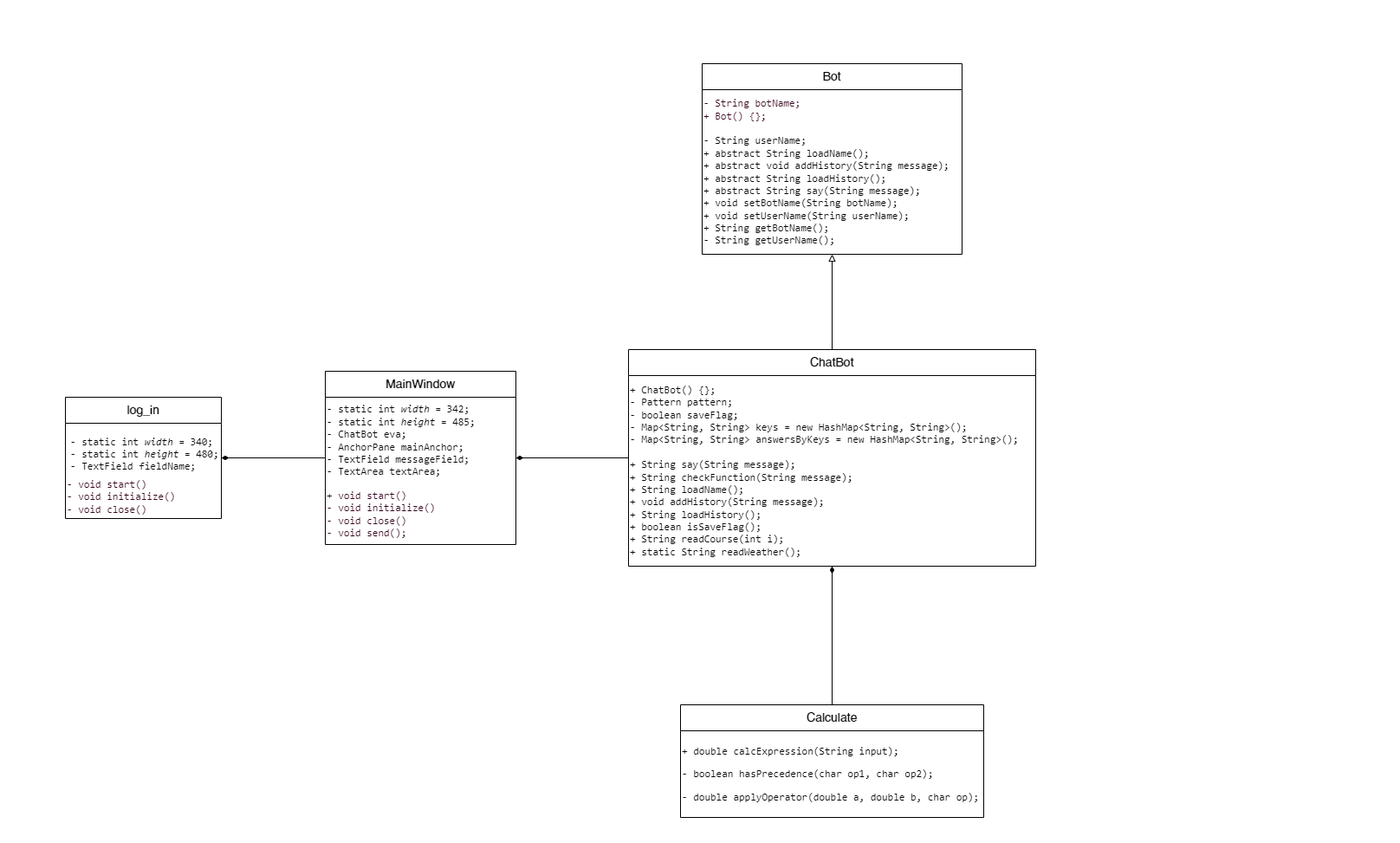
Above: chatbotUML.drawio.png in arsentyeva-n/ChatBot (draw.io), before the change. Source tidied: cells renumbered, new cells last; positions are measured from the earlier drawing's top-left corner, leaving out a move shared by most shapes.
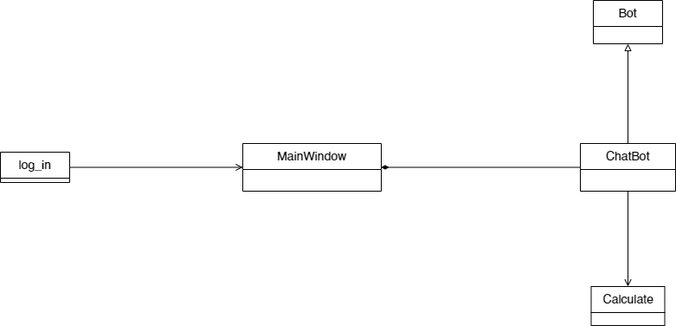
After the change.

Commit message:
add linkedlist for history, fix doc, UML

The edit, as a diff of the source:
```diff
@@ -2,71 +2,32 @@
   <root>
     <mxCell id="0" />
     <mxCell id="1" parent="0" />
-    <mxCell id="2" style="rounded=0;whiteSpace=wrap;html=1;opacity=0;" parent="1" vertex="1">
-      <mxGeometry x="370" width="1580" height="980" as="geometry" />
-    </mxCell>
-    <mxCell id="3" style="edgeStyle=orthogonalEdgeStyle;rounded=0;jettySize=auto;html=1;entryX=0.5;entryY=1;entryDx=0;entryDy=0;endArrow=block;endFill=0;" parent="1" edge="1" source="4" target="5">
-      <mxGeometry relative="1" as="geometry" />
-    </mxCell>
-    <mxCell id="4" value="&lt;font style=&quot;font-size: 14px;&quot;&gt;Stage&lt;/font&gt;" style="swimlane;fontStyle=0;horizontal=1;startSize=30;whiteSpace=wrap;html=1;" parent="1" vertex="1">
-      <mxGeometry x="10" y="505" width="140" height="40" as="geometry" />
-    </mxCell>
-    <mxCell id="5" value="&lt;font style=&quot;font-size: 14px;&quot;&gt;Window&lt;/font&gt;" style="swimlane;fontStyle=0;horizontal=1;startSize=30;whiteSpace=wrap;html=1;" parent="1" vertex="1">
-      <mxGeometry y="360" width="150" height="40" as="geometry" />
-    </mxCell>
-    <mxCell id="6" style="edgeStyle=orthogonalEdgeStyle;rounded=0;jettySize=auto;html=1;exitX=0.5;exitY=0;exitDx=0;exitDy=0;entryX=0.5;entryY=1;entryDx=0;entryDy=0;dashed=1;endArrow=block;endFill=0;" parent="1" edge="1" source="7" target="4">
-      <mxGeometry relative="1" as="geometry" />
-    </mxCell>
-    <mxCell id="7" value="&lt;font style=&quot;font-size: 14px;&quot;&gt;Application&lt;/font&gt;" style="swimlane;fontStyle=0;horizontal=1;startSize=30;whiteSpace=wrap;html=1;" parent="1" vertex="1">
-      <mxGeometry x="10" y="665" width="140" height="40" as="geometry" />
-    </mxCell>
-    <mxCell id="8" style="edgeStyle=orthogonalEdgeStyle;rounded=0;jettySize=auto;html=1;exitX=0;exitY=0.5;exitDx=0;exitDy=0;entryX=1;entryY=0.5;entryDx=0;entryDy=0;endArrow=diamondThin;endFill=1;" parent="1" edge="1" source="9" target="18">
-      <mxGeometry relative="1" as="geometry" />
-    </mxCell>
-    <mxCell id="9" value="&lt;span style=&quot;font-size: 14px;&quot;&gt;MainWindow&lt;/span&gt;" style="swimlane;fontStyle=0;horizontal=1;startSize=30;whiteSpace=wrap;html=1;" parent="1" vertex="1">
-      <mxGeometry x="710" y="435" width="220" height="200" as="geometry" />
+    <mxCell id="9" value="&lt;span style=&quot;font-size: 14px;&quot;&gt;MainWindow&lt;/span&gt;" style="swimlane;fontStyle=0;horizontal=1;startSize=30;whiteSpace=wrap;html=1;" parent="1" vertex="1" collapsed="1">
+      <mxGeometry x="690" y="455" width="160" height="55" as="geometry" />
     </mxCell>
-    <mxCell id="10" value="&lt;div style=&quot;&quot;&gt;&lt;pre style=&quot;&quot;&gt;&lt;span style=&quot;font-family: &amp;quot;JetBrains Mono&amp;quot;, monospace; background-color: initial; white-space: normal;&quot;&gt;- static int &lt;/span&gt;&lt;span style=&quot;font-family: &amp;quot;JetBrains Mono&amp;quot;, monospace; background-color: initial; white-space: normal; font-style: italic;&quot;&gt;width &lt;/span&gt;&lt;span style=&quot;font-family: &amp;quot;JetBrains Mono&amp;quot;, monospace; background-color: initial; white-space: normal;&quot;&gt;= &lt;/span&gt;&lt;span style=&quot;font-family: &amp;quot;JetBrains Mono&amp;quot;, monospace; background-color: initial; white-space: normal;&quot;&gt;342&lt;/span&gt;&lt;span style=&quot;font-family: &amp;quot;JetBrains Mono&amp;quot;, monospace; background-color: initial; white-space: normal;&quot;&gt;;&lt;br&gt;&lt;div style=&quot;&quot;&gt;&lt;span style=&quot;background-color: initial;&quot;&gt;- static int &lt;/span&gt;&lt;span style=&quot;background-color: initial; font-style: italic;&quot;&gt;height &lt;/span&gt;&lt;span style=&quot;background-color: initial;&quot;&gt;= &lt;/span&gt;&lt;span style=&quot;background-color: initial;&quot;&gt;485;&lt;/span&gt;&lt;/div&gt;&lt;/span&gt;&lt;div style=&quot;&quot;&gt;&lt;span style=&quot;background-color: initial;&quot;&gt;- ChatBot eva;&lt;br&gt;&lt;/span&gt;&lt;span style=&quot;background-color: initial; font-family: &amp;quot;JetBrains Mono&amp;quot;, monospace; white-space: normal;&quot;&gt;- AnchorPane mainAnchor;&lt;br&gt;&lt;/span&gt;&lt;span style=&quot;background-color: initial; font-family: &amp;quot;JetBrains Mono&amp;quot;, monospace; white-space: normal;&quot;&gt;- TextField messageField;&lt;br&gt;&lt;/span&gt;&lt;span style=&quot;background-color: initial; font-family: &amp;quot;JetBrains Mono&amp;quot;, monospace; white-space: normal;&quot;&gt;- TextArea textArea;&lt;/span&gt;&lt;/div&gt;&lt;/pre&gt;&lt;/div&gt;" style="text;html=1;strokeColor=none;fillColor=none;align=left;verticalAlign=middle;whiteSpace=wrap;rounded=0;" parent="9" vertex="1">
-      <mxGeometry y="30" width="220" height="100" as="geometry" />
-    </mxCell>
-    <mxCell id="11" value="&lt;div style=&quot;&quot;&gt;&lt;pre style=&quot;&quot;&gt;&lt;font color=&quot;#33001a&quot;&gt;&lt;font style=&quot;&quot; face=&quot;JetBrains Mono, monospace&quot;&gt;+ void &lt;/font&gt;&lt;span style=&quot;font-family: &amp;quot;JetBrains Mono&amp;quot;, monospace;&quot;&gt;start&lt;/span&gt;&lt;font style=&quot;&quot; face=&quot;JetBrains Mono, monospace&quot;&gt;()&lt;br&gt;- void &lt;/font&gt;&lt;span style=&quot;font-family: &amp;quot;JetBrains Mono&amp;quot;, monospace; white-space: normal;&quot;&gt;initialize&lt;/span&gt;&lt;font style=&quot;&quot; face=&quot;JetBrains Mono, monospace&quot;&gt;&lt;span style=&quot;white-space: normal;&quot;&gt;()&lt;br&gt;&lt;/span&gt;- void &lt;/font&gt;&lt;span style=&quot;font-family: &amp;quot;JetBrains Mono&amp;quot;, monospace; white-space: normal;&quot;&gt;close&lt;/span&gt;&lt;span style=&quot;font-family: &amp;quot;JetBrains Mono&amp;quot;, monospace; white-space: normal;&quot;&gt;()&lt;br&gt;- void send();&lt;/span&gt;&lt;/font&gt;&lt;/pre&gt;&lt;/div&gt;" style="text;html=1;strokeColor=none;fillColor=none;align=left;verticalAlign=middle;whiteSpace=wrap;rounded=0;" parent="9" vertex="1">
-      <mxGeometry y="130" width="220" height="70" as="geometry" />
-    </mxCell>
     <mxCell id="12" style="edgeStyle=orthogonalEdgeStyle;rounded=0;jettySize=auto;html=1;endArrow=diamondThin;endFill=1;exitX=0;exitY=0.5;exitDx=0;exitDy=0;" parent="1" edge="1" source="14" target="9">
       <mxGeometry relative="1" as="geometry" />
     </mxCell>
     <mxCell id="13" style="edgeStyle=orthogonalEdgeStyle;rounded=0;jettySize=auto;html=1;exitX=0.5;exitY=0;exitDx=0;exitDy=0;endArrow=block;endFill=0;" parent="1" edge="1" source="14" target="16">
       <mxGeometry relative="1" as="geometry" />
     </mxCell>
+    <mxCell id="24" style="edgeStyle=orthogonalEdgeStyle;rounded=0;jettySize=auto;html=1;exitX=0.5;exitY=1;exitDx=0;exitDy=0;entryX=0.5;entryY=0;entryDx=0;entryDy=0;endArrow=open;endFill=0;" parent="1" edge="1" source="14" target="22">
+      <mxGeometry relative="1" as="geometry" />
+    </mxCell>
-    <mxCell id="14" value="&lt;span style=&quot;font-size: 14px;&quot;&gt;ChatBot&lt;/span&gt;" style="swimlane;fontStyle=0;horizontal=1;startSize=30;whiteSpace=wrap;html=1;" parent="1" vertex="1">
-      <mxGeometry x="1060" y="410" width="470" height="250" as="geometry" />
+    <mxCell id="14" value="&lt;span style=&quot;font-size: 14px;&quot;&gt;ChatBot&lt;/span&gt;" style="swimlane;fontStyle=0;horizontal=1;startSize=30;whiteSpace=wrap;html=1;" parent="1" vertex="1" collapsed="1">
+      <mxGeometry x="1080" y="455" width="110" height="55" as="geometry" />
     </mxCell>
-    <mxCell id="15" value="&lt;div style=&quot;&quot;&gt;&lt;pre style=&quot;&quot;&gt;&lt;span style=&quot;font-family: &amp;quot;JetBrains Mono&amp;quot;, monospace;&quot;&gt;+ &lt;/span&gt;&lt;span style=&quot;font-family: &amp;quot;JetBrains Mono&amp;quot;, monospace;&quot;&gt;ChatBot&lt;/span&gt;&lt;span style=&quot;font-family: &amp;quot;JetBrains Mono&amp;quot;, monospace;&quot;&gt;() {};&lt;br&gt;&lt;/span&gt;&lt;font face=&quot;JetBrains Mono, monospace&quot;&gt;- Pattern &lt;/font&gt;&lt;span style=&quot;font-family: &amp;quot;JetBrains Mono&amp;quot;, monospace; background-color: initial; white-space: normal;&quot;&gt;pattern&lt;/span&gt;&lt;span style=&quot;background-color: initial;&quot;&gt;&lt;font face=&quot;JetBrains Mono, monospace&quot;&gt;&lt;span style=&quot;white-space: normal;&quot;&gt;;&lt;br&gt;&lt;/span&gt;&lt;/font&gt;&lt;/span&gt;&lt;font face=&quot;JetBrains Mono, monospace&quot;&gt;&lt;span style=&quot;white-space: normal;&quot;&gt;-&lt;/span&gt; boolean &lt;/font&gt;&lt;span style=&quot;font-family: &amp;quot;JetBrains Mono&amp;quot;, monospace; background-color: initial; white-space: normal;&quot;&gt;saveFlag&lt;/span&gt;&lt;span style=&quot;background-color: initial;&quot;&gt;&lt;font face=&quot;JetBrains Mono, monospace&quot;&gt;&lt;span style=&quot;white-space: normal;&quot;&gt;;&lt;br&gt;&lt;/span&gt;&lt;/font&gt;&lt;/span&gt;&lt;font face=&quot;JetBrains Mono, monospace&quot;&gt;&lt;span style=&quot;white-space: normal;&quot;&gt;-&lt;/span&gt;&lt;/font&gt; Map&amp;lt;String&lt;span style=&quot;font-family: &amp;quot;JetBrains Mono&amp;quot;, monospace; background-color: initial; white-space: normal;&quot;&gt;, &lt;/span&gt;&lt;span style=&quot;font-family: &amp;quot;JetBrains Mono&amp;quot;, monospace; background-color: initial; white-space: normal;&quot;&gt;String&amp;gt; &lt;/span&gt;&lt;span style=&quot;font-family: &amp;quot;JetBrains Mono&amp;quot;, monospace; background-color: initial; white-space: normal;&quot;&gt;keys &lt;/span&gt;&lt;span style=&quot;font-family: &amp;quot;JetBrains Mono&amp;quot;, monospace; background-color: initial; white-space: normal;&quot;&gt;= &lt;/span&gt;&lt;span style=&quot;font-family: &amp;quot;JetBrains Mono&amp;quot;, monospace; background-color: initial; white-space: normal;&quot;&gt;new &lt;/span&gt;&lt;span style=&quot;font-family: &amp;quot;JetBrains Mono&amp;quot;, monospace; background-color: initial; white-space: normal;&quot;&gt;HashMap&amp;lt;String&lt;/span&gt;&lt;span style=&quot;font-family: &amp;quot;JetBrains Mono&amp;quot;, monospace; background-color: initial; white-space: normal;&quot;&gt;, &lt;/span&gt;&lt;span style=&quot;background-color: initial;&quot;&gt;&lt;font face=&quot;JetBrains Mono, monospace&quot;&gt;&lt;span style=&quot;white-space: normal;&quot;&gt;String&amp;gt;();&lt;br&gt;&lt;/span&gt;&lt;/font&gt;&lt;/span&gt;&lt;font face=&quot;JetBrains Mono, monospace&quot;&gt;&lt;span style=&quot;white-space: normal;&quot;&gt;-&amp;nbsp;&lt;/span&gt;&lt;/font&gt;Map&amp;lt;String&lt;span style=&quot;font-family: &amp;quot;JetBrains Mono&amp;quot;, monospace; background-color: initial; white-space: normal;&quot;&gt;, &lt;/span&gt;&lt;span style=&quot;font-family: &amp;quot;JetBrains Mono&amp;quot;, monospace; background-color: initial; white-space: normal;&quot;&gt;String&amp;gt; &lt;/span&gt;&lt;span style=&quot;font-family: &amp;quot;JetBrains Mono&amp;quot;, monospace; background-color: initial; white-space: normal;&quot;&gt;answersByKeys &lt;/span&gt;&lt;span style=&quot;font-family: &amp;quot;JetBrains Mono&amp;quot;, monospace; background-color: initial; white-space: normal;&quot;&gt;= new &lt;/span&gt;&lt;span style=&quot;background-color: initial; white-space: normal; font-family: &amp;quot;JetBrains Mono&amp;quot;, monospace;&quot;&gt;HashMap&amp;lt;String&lt;/span&gt;&lt;span style=&quot;background-color: initial; white-space: normal; font-family: &amp;quot;JetBrains Mono&amp;quot;, monospace;&quot;&gt;, &lt;/span&gt;&lt;span style=&quot;background-color: initial;&quot;&gt;&lt;font face=&quot;JetBrains Mono, monospace&quot;&gt;&lt;span style=&quot;white-space: normal;&quot;&gt;String&amp;gt;();&lt;br&gt;&lt;br&gt;&lt;/span&gt;&lt;/font&gt;&lt;/span&gt;&lt;font face=&quot;JetBrains Mono, monospace&quot;&gt;&lt;span style=&quot;white-space: normal;&quot;&gt;+&amp;nbsp;&lt;/span&gt;&lt;/font&gt;String &lt;span style=&quot;font-family: &amp;quot;JetBrains Mono&amp;quot;, monospace; background-color: initial; white-space: normal;&quot;&gt;say&lt;/span&gt;&lt;span style=&quot;background-color: initial;&quot;&gt;&lt;font face=&quot;JetBrains Mono, monospace&quot;&gt;&lt;span style=&quot;white-space: normal;&quot;&gt;(String message);&lt;br&gt;&lt;/span&gt;&lt;/font&gt;&lt;/span&gt;&lt;font face=&quot;JetBrains Mono, monospace&quot;&gt;&lt;span style=&quot;white-space: normal;&quot;&gt;+&amp;nbsp;&lt;/span&gt;&lt;/font&gt;String &lt;span style=&quot;font-family: &amp;quot;JetBrains Mono&amp;quot;, monospace; background-color: initial; white-space: normal;&quot;&gt;checkFunction&lt;/span&gt;&lt;span style=&quot;background-color: initial;&quot;&gt;&lt;font face=&quot;JetBrains Mono, monospace&quot;&gt;&lt;span style=&quot;white-space: normal;&quot;&gt;(String message);&lt;br&gt;&lt;/span&gt;&lt;/font&gt;&lt;/span&gt;&lt;font face=&quot;JetBrains Mono, monospace&quot;&gt;&lt;span style=&quot;white-space: normal;&quot;&gt;+&amp;nbsp;&lt;/span&gt;&lt;/font&gt;String &lt;span style=&quot;font-family: &amp;quot;JetBrains Mono&amp;quot;, monospace; background-color: initial; white-space: normal;&quot;&gt;loadName&lt;/span&gt;&lt;span style=&quot;background-color: initial;&quot;&gt;&lt;font face=&quot;JetBrains Mono, monospace&quot;&gt;&lt;span style=&quot;white-space: normal;&quot;&gt;();&lt;br&gt;&lt;/span&gt;&lt;/font&gt;&lt;/span&gt;&lt;font face=&quot;JetBrains Mono, monospace&quot;&gt;&lt;span style=&quot;white-space: normal;&quot;&gt;+&amp;nbsp;&lt;/span&gt;&lt;/font&gt;void &lt;span style=&quot;font-family: &amp;quot;JetBrains Mono&amp;quot;, monospace; background-color: initial; white-space: normal;&quot;&gt;addHistory&lt;/span&gt;&lt;span style=&quot;background-color: initial;&quot;&gt;&lt;font face=&quot;JetBrains Mono, monospace&quot;&gt;&lt;span style=&quot;white-space: normal;&quot;&gt;(String message);&lt;br&gt;&lt;/span&gt;&lt;/font&gt;&lt;/span&gt;&lt;font face=&quot;JetBrains Mono, monospace&quot;&gt;&lt;span style=&quot;white-space: normal;&quot;&gt;+&lt;/span&gt;&lt;/font&gt; String &lt;span style=&quot;font-family: &amp;quot;JetBrains Mono&amp;quot;, monospace; background-color: initial; white-space: normal;&quot;&gt;loadHistory&lt;/span&gt;&lt;span style=&quot;background-color: initial;&quot;&gt;&lt;font face=&quot;JetBrains Mono, monospace&quot;&gt;&lt;span style=&quot;white-space: normal;&quot;&gt;();&lt;br&gt;&lt;/span&gt;&lt;/font&gt;&lt;/span&gt;&lt;font face=&quot;JetBrains Mono, monospace&quot;&gt;&lt;span style=&quot;white-space: normal;&quot;&gt;+&amp;nbsp;&lt;/span&gt;&lt;/font&gt;boolean &lt;span style=&quot;background-color: initial;&quot;&gt;&lt;font face=&quot;JetBrains Mono, monospace&quot;&gt;&lt;span style=&quot;white-space: normal;&quot;&gt;isSaveFlag();&lt;br&gt;&lt;/span&gt;&lt;/font&gt;&lt;/span&gt;&lt;font face=&quot;JetBrains Mono, monospace&quot;&gt;&lt;span style=&quot;white-space: normal;&quot;&gt;+&amp;nbsp;&lt;/span&gt;&lt;/font&gt;String &lt;span style=&quot;background-color: initial; font-family: &amp;quot;JetBrains Mono&amp;quot;, monospace; white-space: normal;&quot;&gt;readCourse&lt;/span&gt;&lt;span style=&quot;background-color: initial; font-family: &amp;quot;JetBrains Mono&amp;quot;, monospace; white-space: normal;&quot;&gt;(&lt;/span&gt;&lt;span style=&quot;background-color: initial; font-family: &amp;quot;JetBrains Mono&amp;quot;, monospace; white-space: normal;&quot;&gt;int i); &lt;br&gt;+ static String &lt;/span&gt;&lt;span style=&quot;background-color: initial; font-family: &amp;quot;JetBrains Mono&amp;quot;, monospace; white-space: normal;&quot;&gt;readWeather&lt;/span&gt;&lt;span style=&quot;background-color: initial; font-family: &amp;quot;JetBrains Mono&amp;quot;, monospace; white-space: normal;&quot;&gt;();&lt;/span&gt;&lt;/pre&gt;&lt;/div&gt;" style="text;html=1;strokeColor=none;fillColor=none;align=left;verticalAlign=middle;whiteSpace=wrap;rounded=0;" parent="14" vertex="1">
-      <mxGeometry y="30" width="470" height="220" as="geometry" />
-    </mxCell>
-    <mxCell id="16" value="&lt;span style=&quot;font-size: 14px;&quot;&gt;Bot&lt;/span&gt;" style="swimlane;fontStyle=0;horizontal=1;startSize=30;whiteSpace=wrap;html=1;" parent="1" vertex="1">
-      <mxGeometry x="1145" y="80" width="300" height="220" as="geometry" />
+    <mxCell id="16" value="&lt;span style=&quot;font-size: 14px;&quot;&gt;Bot&lt;/span&gt;" style="swimlane;fontStyle=0;horizontal=1;startSize=30;whiteSpace=wrap;html=1;" parent="1" vertex="1" collapsed="1">
+      <mxGeometry x="1095" y="290" width="80" height="50" as="geometry" />
     </mxCell>
-    <mxCell id="17" value="&lt;div style=&quot;font-family: &amp;quot;JetBrains Mono&amp;quot;, monospace;&quot;&gt;&lt;pre style=&quot;&quot;&gt;&lt;font style=&quot;&quot; color=&quot;#33001a&quot;&gt;- String botName;    &lt;br&gt;+ Bot() {};&lt;br/&gt;&lt;br&gt;&lt;/font&gt;&lt;font color=&quot;#33001a&quot;&gt;- &lt;/font&gt;String userName;&lt;br&gt;+ abstract String loadName(); &lt;br&gt;+ abstract void addHistory(String message);               &lt;br&gt;+ abstract String loadHistory();                         &lt;br/&gt;+ abstract String say(String message);               &lt;br/&gt;+ void setBotName(String botName);&lt;br/&gt;+ void setUserName(String userName);&lt;br/&gt;+ String getBotName();&lt;br/&gt;- String getUserName();&lt;br&gt;&lt;/pre&gt;&lt;/div&gt;" style="text;html=1;strokeColor=none;fillColor=none;align=left;verticalAlign=middle;whiteSpace=wrap;rounded=0;" parent="16" vertex="1">
-      <mxGeometry y="30" width="300" height="190" as="geometry" />
-    </mxCell>
+    <mxCell id="25" style="edgeStyle=orthogonalEdgeStyle;rounded=0;jettySize=auto;html=1;exitX=1;exitY=0.5;exitDx=0;exitDy=0;entryX=0;entryY=0.5;entryDx=0;entryDy=0;endArrow=open;endFill=0;" parent="1" edge="1" source="18" target="9">
+      <mxGeometry relative="1" as="geometry" />
+    </mxCell>
-    <mxCell id="18" value="&lt;span style=&quot;font-size: 14px;&quot;&gt;log_in&lt;/span&gt;" style="swimlane;fontStyle=0;horizontal=1;startSize=30;whiteSpace=wrap;html=1;" parent="1" vertex="1">
-      <mxGeometry x="410" y="465" width="180" height="140" as="geometry" />
+    <mxCell id="18" value="&lt;span style=&quot;font-size: 14px;&quot;&gt;log_in&lt;/span&gt;" style="swimlane;fontStyle=0;horizontal=1;startSize=30;whiteSpace=wrap;html=1;" parent="1" vertex="1" collapsed="1">
+      <mxGeometry x="410" y="465" width="80" height="35" as="geometry" />
     </mxCell>
-    <mxCell id="19" value="&lt;div style=&quot;font-family: &amp;quot;JetBrains Mono&amp;quot;, monospace;&quot;&gt;&lt;pre style=&quot;&quot;&gt;&lt;span style=&quot;background-color: rgb(255, 255, 255);&quot;&gt;- static int &lt;span style=&quot;font-style: italic;&quot;&gt;width &lt;/span&gt;= 340;&lt;br&gt;- static int &lt;span style=&quot;font-style: italic;&quot;&gt;height &lt;/span&gt;= 480;&lt;br&gt;- TextField fieldName;&lt;/span&gt;&lt;/pre&gt;&lt;/div&gt;" style="text;strokeColor=none;fillColor=none;align=left;verticalAlign=middle;spacingLeft=4;spacingRight=4;overflow=hidden;whiteSpace=wrap;html=1;" parent="18" vertex="1">
-      <mxGeometry y="30" width="180" height="60" as="geometry" />
-    </mxCell>
-    <mxCell id="20" value="&lt;div style=&quot;&quot;&gt;&lt;pre style=&quot;&quot;&gt;&lt;font color=&quot;#33001a&quot;&gt;&lt;font style=&quot;&quot; face=&quot;JetBrains Mono, monospace&quot;&gt;- void &lt;/font&gt;&lt;span style=&quot;font-family: &amp;quot;JetBrains Mono&amp;quot;, monospace;&quot;&gt;start&lt;/span&gt;&lt;font style=&quot;&quot; face=&quot;JetBrains Mono, monospace&quot;&gt;()&lt;br/&gt;- void &lt;/font&gt;&lt;span style=&quot;font-family: &amp;quot;JetBrains Mono&amp;quot;, monospace; white-space: normal;&quot;&gt;initialize&lt;/span&gt;&lt;font style=&quot;&quot; face=&quot;JetBrains Mono, monospace&quot;&gt;&lt;span style=&quot;white-space: normal;&quot;&gt;()&lt;br&gt;&lt;/span&gt;- void &lt;/font&gt;&lt;span style=&quot;font-family: &amp;quot;JetBrains Mono&amp;quot;, monospace; white-space: normal;&quot;&gt;close&lt;/span&gt;&lt;span style=&quot;font-family: &amp;quot;JetBrains Mono&amp;quot;, monospace; white-space: normal;&quot;&gt;()&lt;/span&gt;&lt;/font&gt;&lt;/pre&gt;&lt;/div&gt;" style="text;html=1;strokeColor=none;fillColor=none;align=left;verticalAlign=middle;whiteSpace=wrap;rounded=0;" parent="18" vertex="1">
-      <mxGeometry y="90" width="180" height="50" as="geometry" />
-    </mxCell>
-    <mxCell id="21" style="edgeStyle=orthogonalEdgeStyle;rounded=0;jettySize=auto;html=1;entryX=0.5;entryY=1;entryDx=0;entryDy=0;endArrow=diamondThin;endFill=1;" parent="1" edge="1" source="22" target="14">
-      <mxGeometry relative="1" as="geometry" />
-    </mxCell>
-    <mxCell id="22" value="&lt;span style=&quot;font-size: 14px;&quot;&gt;Calculate&lt;/span&gt;" style="swimlane;fontStyle=0;horizontal=1;startSize=30;whiteSpace=wrap;html=1;" parent="1" vertex="1">
-      <mxGeometry x="1120" y="820" width="350" height="130" as="geometry" />
+    <mxCell id="22" value="&lt;span style=&quot;font-size: 14px;&quot;&gt;Calculate&lt;/span&gt;" style="swimlane;fontStyle=0;horizontal=1;startSize=30;whiteSpace=wrap;html=1;" parent="1" vertex="1" collapsed="1">
+      <mxGeometry x="1092.5" y="620" width="85" height="45" as="geometry" />
     </mxCell>
-    <mxCell id="23" value="&lt;div style=&quot;font-family: &amp;quot;JetBrains Mono&amp;quot;, monospace;&quot;&gt;&lt;pre style=&quot;&quot;&gt;+ double calcExpression(String input);&lt;/pre&gt;&lt;pre style=&quot;&quot;&gt;&lt;div style=&quot;font-family: &amp;quot;JetBrains Mono&amp;quot;, monospace;&quot;&gt;&lt;pre style=&quot;&quot;&gt;- boolean hasPrecedence(char op1, char op2);&lt;/pre&gt;&lt;pre style=&quot;&quot;&gt;- double &lt;span style=&quot;font-family: &amp;quot;JetBrains Mono&amp;quot;, monospace;&quot;&gt;applyOperator&lt;/span&gt;&lt;span style=&quot;font-family: &amp;quot;JetBrains Mono&amp;quot;, monospace;&quot;&gt;(&lt;/span&gt;&lt;span style=&quot;font-family: &amp;quot;JetBrains Mono&amp;quot;, monospace;&quot;&gt;double &lt;/span&gt;&lt;span style=&quot;font-family: &amp;quot;JetBrains Mono&amp;quot;, monospace;&quot;&gt;a&lt;/span&gt;&lt;span style=&quot;font-family: &amp;quot;JetBrains Mono&amp;quot;, monospace;&quot;&gt;, double &lt;/span&gt;&lt;span style=&quot;font-family: &amp;quot;JetBrains Mono&amp;quot;, monospace;&quot;&gt;b&lt;/span&gt;&lt;span style=&quot;font-family: &amp;quot;JetBrains Mono&amp;quot;, monospace;&quot;&gt;, char &lt;/span&gt;&lt;span style=&quot;font-family: &amp;quot;JetBrains Mono&amp;quot;, monospace;&quot;&gt;op);&lt;/span&gt; &lt;/pre&gt;&lt;/div&gt;&lt;/pre&gt;&lt;/div&gt;" style="text;html=1;strokeColor=none;fillColor=none;align=left;verticalAlign=middle;whiteSpace=wrap;rounded=0;" parent="22" vertex="1">
-      <mxGeometry y="30" width="350" height="100" as="geometry" />
-    </mxCell>
   </root>
 </mxGraphModel>
```
